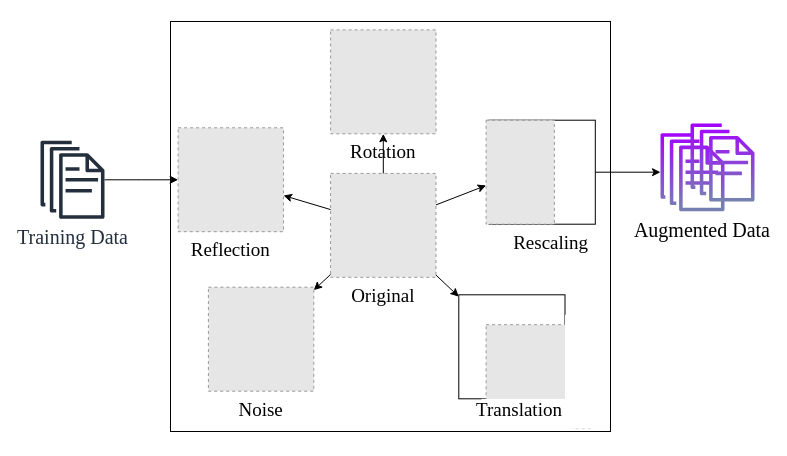
The draw.io diagram images/Augmentation2.drawio in bettyballin/LabelOnlyMemInfAttacks, before the edit. Source tidied: cells renumbered, new cells numbered last; positions are measured from the earlier drawing's top-left corner, leaving out a move shared by most shapes. Both pictures are drawn from the tidied source at 100%, with x=0, y=0 at pixel (40, 21). Pictures stored in the file or linked from it are replaced by grey dashed boxes.
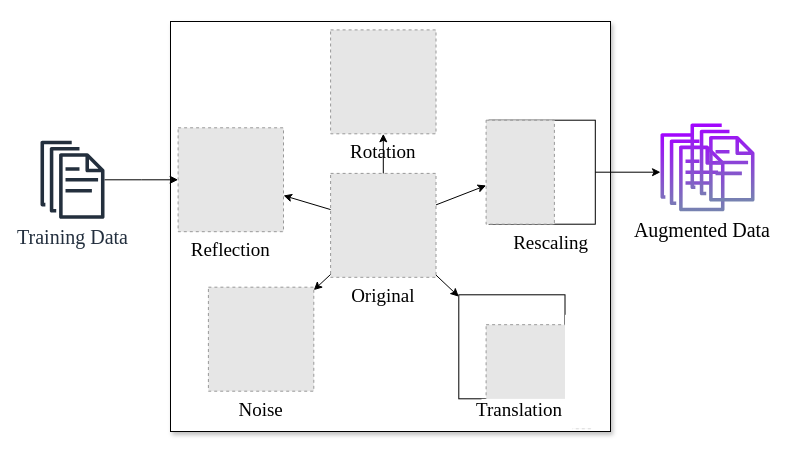
After the change.

The edit, as a diff of the source:
```diff
@@
-    <mxCell id="2" style="group;" parent="1" vertex="1">
+    <mxCell id="2" style="group;shadow=1;" parent="1" vertex="1">
       <mxGeometry x="130" width="440" height="410" as="geometry" />
     </mxCell>
-    <mxCell id="3" style="rounded=0;whiteSpace=wrap;html=1;fontFamily=Times New Roman;fontSize=19;" parent="2" vertex="1">
+    <mxCell id="3" style="rounded=0;whiteSpace=wrap;html=1;fontFamily=Times New Roman;fontSize=19;shadow=1;" parent="2" vertex="1">
       <mxGeometry width="440" height="410" as="geometry" />
     </mxCell>
```
